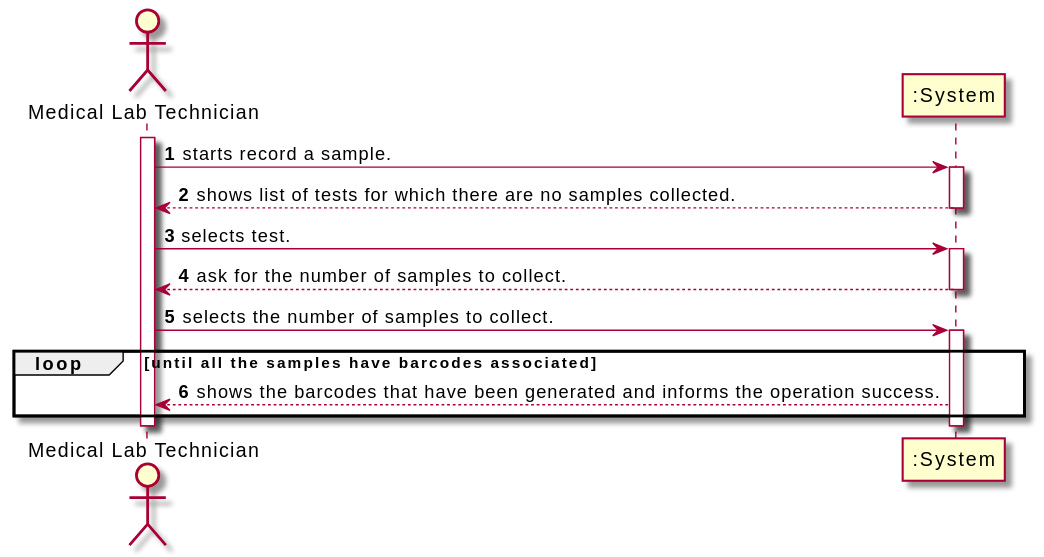
RuiRioPina/LAPR2-20-21 keeps this PlantUML diagram as docs/SprintC/US_5/UC5_SSD.svg. Above is the earlier version.
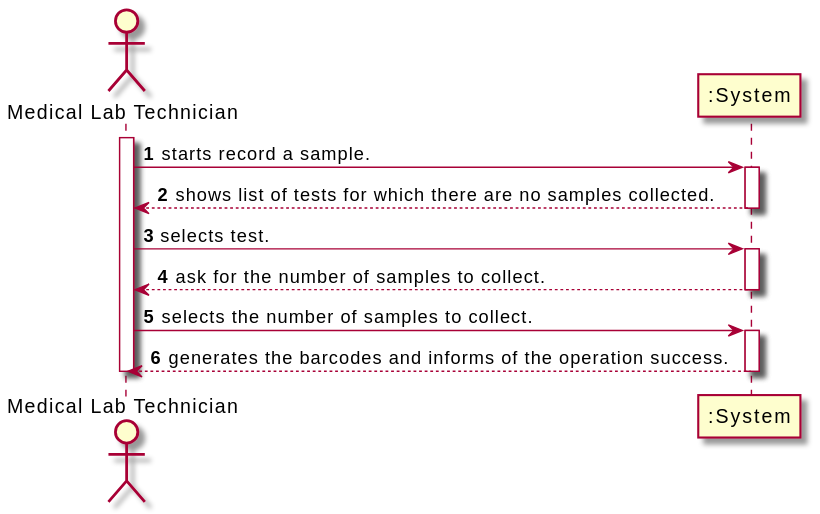
The same file after the commit.

The edit, as a diff of the source:
```diff
@@ -15,9 +15,7 @@
 
 MEDLT -> ":System" : selects the number of samples to collect.
 activate ":System"
-loop until all the samples have barcodes associated
-	":System" --> MEDLT : shows the barcodes that have been generated and informs the operation success.
-end
+":System" --> MEDLT : generates the barcodes and informs of the operation success.
 deactivate ":System"
 
 deactivate MEDLT
```
